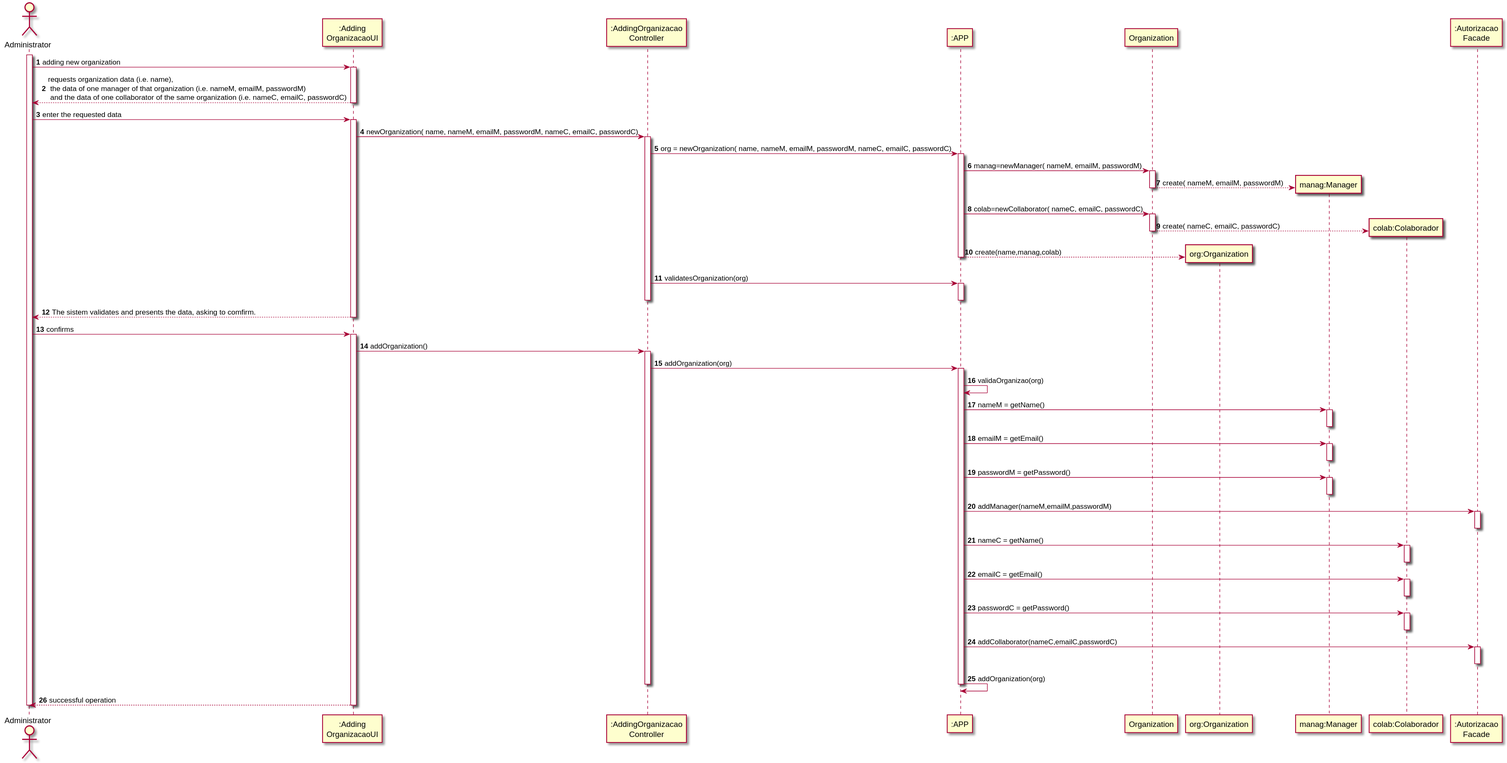
Before: docs/UC_08/UC08_SD.svg, a diagram exported from PlantUML (botelho-io/lapr2-2020-g029).
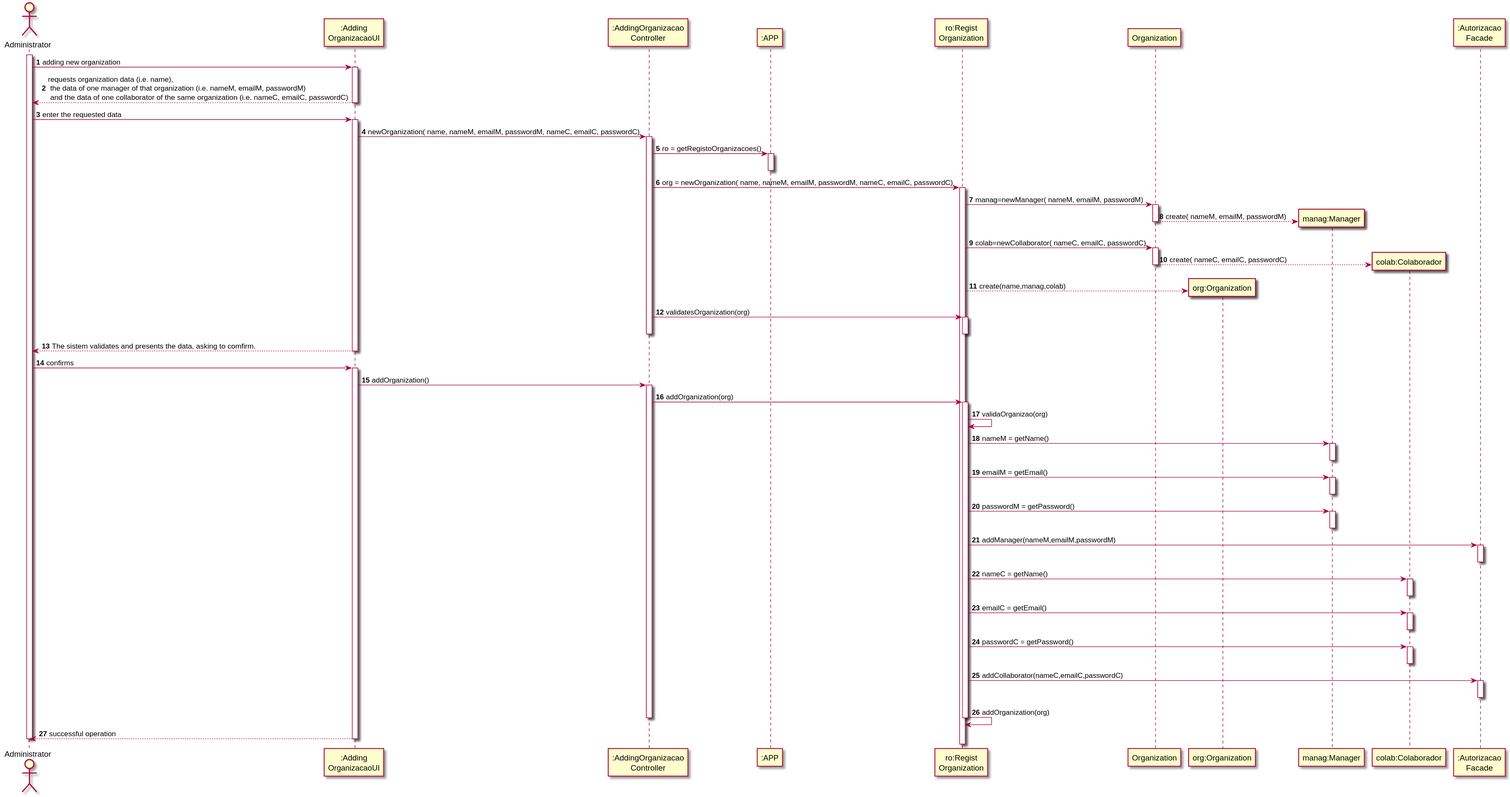
After the change.

The edit, as a diff of the source:
```diff
@@ -5,6 +5,7 @@
 participant ":Adding\nOrganizacaoUI" as UI
 participant ":AddingOrganizacao\nController" as CTRL
 participant ":APP" as APP
+participant "ro:Regist\nOrganization" as ORGS
 participant "Organization" as _ORG
 participant "org:Organization" as ORG
 participant "manag:Manager" as MAN
@@ -24,25 +25,29 @@
 UI -> CTRL : newOrganization( name, nameM, emailM, passwordM, nameC, emailC, passwordC)
 activate CTRL
 
-CTRL -> APP: org = newOrganization( name, nameM, emailM, passwordM, nameC, emailC, passwordC)
+CTRL -> APP: ro = getRegistoOrganizacoes()
 activate APP
+deactivate APP
 
-APP -> _ORG: manag=newManager( nameM, emailM, passwordM)
+CTRL -> ORGS: org = newOrganization( name, nameM, emailM, passwordM, nameC, emailC, passwordC)
+activate ORGS
+
+ORGS -> _ORG: manag=newManager( nameM, emailM, passwordM)
 activate _ORG
 _ORG --> MAN ** : create( nameM, emailM, passwordM)
 deactivate _ORG
 
-APP -> _ORG: colab=newCollaborator( nameC, emailC, passwordC)
+ORGS -> _ORG: colab=newCollaborator( nameC, emailC, passwordC)
 activate _ORG
 _ORG --> COLAB ** : create( nameC, emailC, passwordC)
 deactivate _ORG
 
-APP --> ORG ** : create(name,manag,colab)
+ORGS --> ORG ** : create(name,manag,colab)
 deactivate APP
 
-CTRL -> APP : validatesOrganization(org)
-activate APP
-deactivate APP
+CTRL -> ORGS : validatesOrganization(org)
+activate ORGS
+deactivate ORGS
 
 deactivate CTRL
 UI --> A : The sistem validates and presents the data, asking to comfirm.
@@ -53,40 +58,40 @@
 
 UI -> CTRL: addOrganization()
 activate CTRL
-CTRL -> APP: addOrganization(org)
-activate APP
+CTRL -> ORGS: addOrganization(org)
+activate ORGS
 
-APP -> APP: validaOrganizao(org)
-APP -> MAN: nameM = getName()
+ORGS -> ORGS: validaOrganizao(org)
+ORGS -> MAN: nameM = getName()
 activate MAN
 deactivate MAN
-APP -> MAN: emailM = getEmail()
+ORGS -> MAN: emailM = getEmail()
 activate MAN
 deactivate MAN
-APP -> MAN: passwordM = getPassword()
+ORGS -> MAN: passwordM = getPassword()
 activate MAN
 deactivate MAN
-APP -> AUT: addManager(nameM,emailM,passwordM)
+ORGS -> AUT: addManager(nameM,emailM,passwordM)
 activate AUT
 deactivate AUT
 
-APP -> COLAB: nameC = getName()
+ORGS -> COLAB: nameC = getName()
 activate COLAB
 deactivate COLAB
-APP -> COLAB: emailC = getEmail()
+ORGS -> COLAB: emailC = getEmail()
 activate COLAB
 deactivate COLAB
-APP -> COLAB: passwordC = getPassword()
+ORGS -> COLAB: passwordC = getPassword()
 activate COLAB
 deactivate COLAB
-APP -> AUT: addCollaborator(nameC,emailC,passwordC)
+ORGS -> AUT: addCollaborator(nameC,emailC,passwordC)
 activate AUT
 deactivate AUT
 
-APP -> APP: addOrganization(org)
+ORGS -> ORGS: addOrganization(org)
 
 
-deactivate APP
+deactivate ORGS
 deactivate CTRL
 UI --> A : successful operation
 deactivate UI
```
